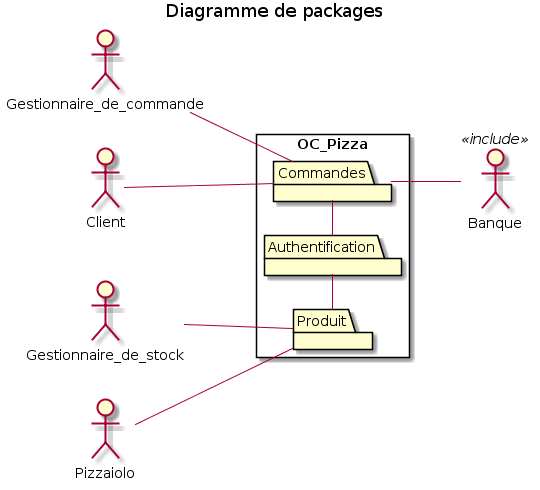
Zepmanbc/oc_dapython_pr4 keeps this PlantUML diagram as v2/img/02_packages.png. Above is the earlier version. Source of this version:
```plantuml
@startuml 02_packages
title Diagramme de packages


actor Gestionnaire_de_commande as GESTCMD
actor Client as CUSTOMER
actor Gestionnaire_de_stock as GESTSTOCK
actor Pizzaiolo as PZLO
actor Banque <<include>> as BANK

rectangle OC_Pizza{
    left to right direction
    package Commandes
    package Produit
    package Authentification
}

Authentification - Commandes
Produit - Authentification

CUSTOMER -- Commandes
GESTCMD -- Commandes
PZLO -- Produit
GESTSTOCK -- Produit
Commandes -- BANK

@enduml
```
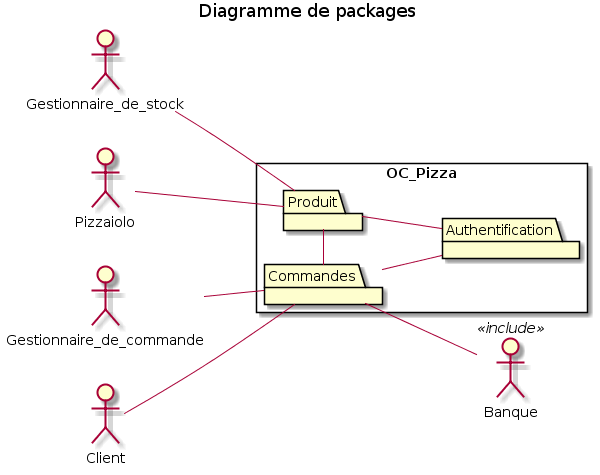
Above is the later version.

Diff of the diagram source:
```diff
@@ -15,8 +15,9 @@
     package Authentification
 }
 
-Authentification - Commandes
-Produit - Authentification
+Authentification -- Commandes
+Produit -- Authentification
+Commandes - Produit
 
 CUSTOMER -- Commandes
 GESTCMD -- Commandes
@@ -24,4 +25,5 @@
 GESTSTOCK -- Produit
 Commandes -- BANK
 
+
 @enduml
```
